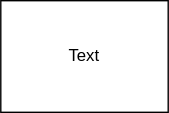
The draw.io diagram assets/img/模块层次化图.drawio.svg in asdjklqwe123/asdjklqwe123.github.io, before a commit. Source tidied: cells renumbered, new cells last; positions are measured from the earlier drawing's top-left corner, leaving out a move shared by most shapes. The source it was exported from:
```xml
<mxGraphModel>
  <root>
    <mxCell id="0" />
    <mxCell id="1" parent="0" />
    <mxCell id="2" style="rounded=0;whiteSpace=wrap;html=1;" parent="1" vertex="1">
      <mxGeometry width="120" height="80" as="geometry" />
    </mxCell>
    <mxCell id="3" value="Text" style="text;html=1;whiteSpace=wrap;strokeColor=none;fillColor=none;align=center;verticalAlign=middle;rounded=0;" parent="1" vertex="1">
      <mxGeometry width="120" height="80" as="geometry" />
    </mxCell>
  </root>
</mxGraphModel>
```
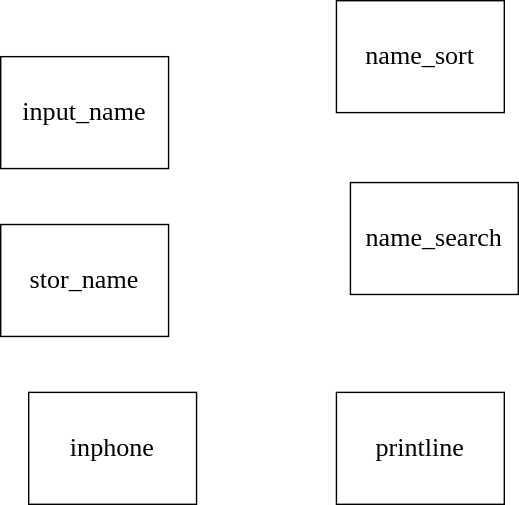
Above is the later version.

Commit message:
更新模块层次化图.drawio.svg

What changed in the source:
```diff
@@ -2,11 +2,41 @@
   <root>
     <mxCell id="0" />
     <mxCell id="1" parent="0" />
+    <mxCell id="4" style="group;" parent="1" vertex="1">
+      <mxGeometry width="120" height="80" as="geometry" />
+    </mxCell>
-    <mxCell id="2" style="rounded=0;whiteSpace=wrap;html=1;" parent="1" vertex="1">
+    <mxCell id="2" value="&lt;span style=&quot;mso-spacerun:'yes';font-family:黑体;font-size:14.0000pt;&lt;br/&gt;mso-font-kerning:1.0000pt;&quot;&gt;input_name&lt;/span&gt;" style="rounded=0;whiteSpace=wrap;html=1;" parent="4" vertex="1">
       <mxGeometry width="120" height="80" as="geometry" />
     </mxCell>
-    <mxCell id="3" value="Text" style="text;html=1;whiteSpace=wrap;strokeColor=none;fillColor=none;align=center;verticalAlign=middle;rounded=0;" parent="1" vertex="1">
-      <mxGeometry width="120" height="80" as="geometry" />
-    </mxCell>
+    <mxCell id="5" style="group;" parent="1" vertex="1">
+      <mxGeometry y="120" width="120" height="80" as="geometry" />
+    </mxCell>
+    <mxCell id="6" value="&lt;font face=&quot;黑体&quot;&gt;&lt;span style=&quot;font-size: 18.6667px;&quot;&gt;stor_name&lt;/span&gt;&lt;/font&gt;" style="rounded=0;whiteSpace=wrap;html=1;" parent="5" vertex="1">
+      <mxGeometry width="120" height="80" as="geometry" />
+    </mxCell>
+    <mxCell id="7" style="group;" parent="1" vertex="1">
+      <mxGeometry x="250" y="90" width="120" height="80" as="geometry" />
+    </mxCell>
+    <mxCell id="8" value="&lt;font face=&quot;黑体&quot;&gt;&lt;span style=&quot;font-size: 18.6667px;&quot;&gt;name_search&lt;/span&gt;&lt;/font&gt;" style="rounded=0;whiteSpace=wrap;html=1;" parent="7" vertex="1">
+      <mxGeometry width="120" height="80" as="geometry" />
+    </mxCell>
+    <mxCell id="9" style="group;" parent="1" vertex="1">
+      <mxGeometry x="240" y="240" width="120" height="80" as="geometry" />
+    </mxCell>
+    <mxCell id="10" value="&lt;font face=&quot;黑体&quot;&gt;&lt;span style=&quot;font-size: 18.6667px;&quot;&gt;printline&lt;/span&gt;&lt;/font&gt;" style="rounded=0;whiteSpace=wrap;html=1;" parent="9" vertex="1">
+      <mxGeometry width="120" height="80" as="geometry" />
+    </mxCell>
+    <mxCell id="11" style="group;" parent="1" vertex="1">
+      <mxGeometry x="20" y="240" width="120" height="80" as="geometry" />
+    </mxCell>
+    <mxCell id="12" value="&lt;font face=&quot;黑体&quot;&gt;&lt;span style=&quot;font-size: 18.6667px;&quot;&gt;inphone&lt;/span&gt;&lt;/font&gt;" style="rounded=0;whiteSpace=wrap;html=1;" parent="11" vertex="1">
+      <mxGeometry width="120" height="80" as="geometry" />
+    </mxCell>
+    <mxCell id="13" style="group;" parent="1" vertex="1">
+      <mxGeometry x="240" y="-40" width="120" height="80" as="geometry" />
+    </mxCell>
+    <mxCell id="14" value="&lt;font face=&quot;黑体&quot;&gt;&lt;span style=&quot;font-size: 18.6667px;&quot;&gt;name_sort&lt;/span&gt;&lt;/font&gt;" style="rounded=0;whiteSpace=wrap;html=1;" parent="13" vertex="1">
+      <mxGeometry width="120" height="80" as="geometry" />
+    </mxCell>
   </root>
 </mxGraphModel>
```
